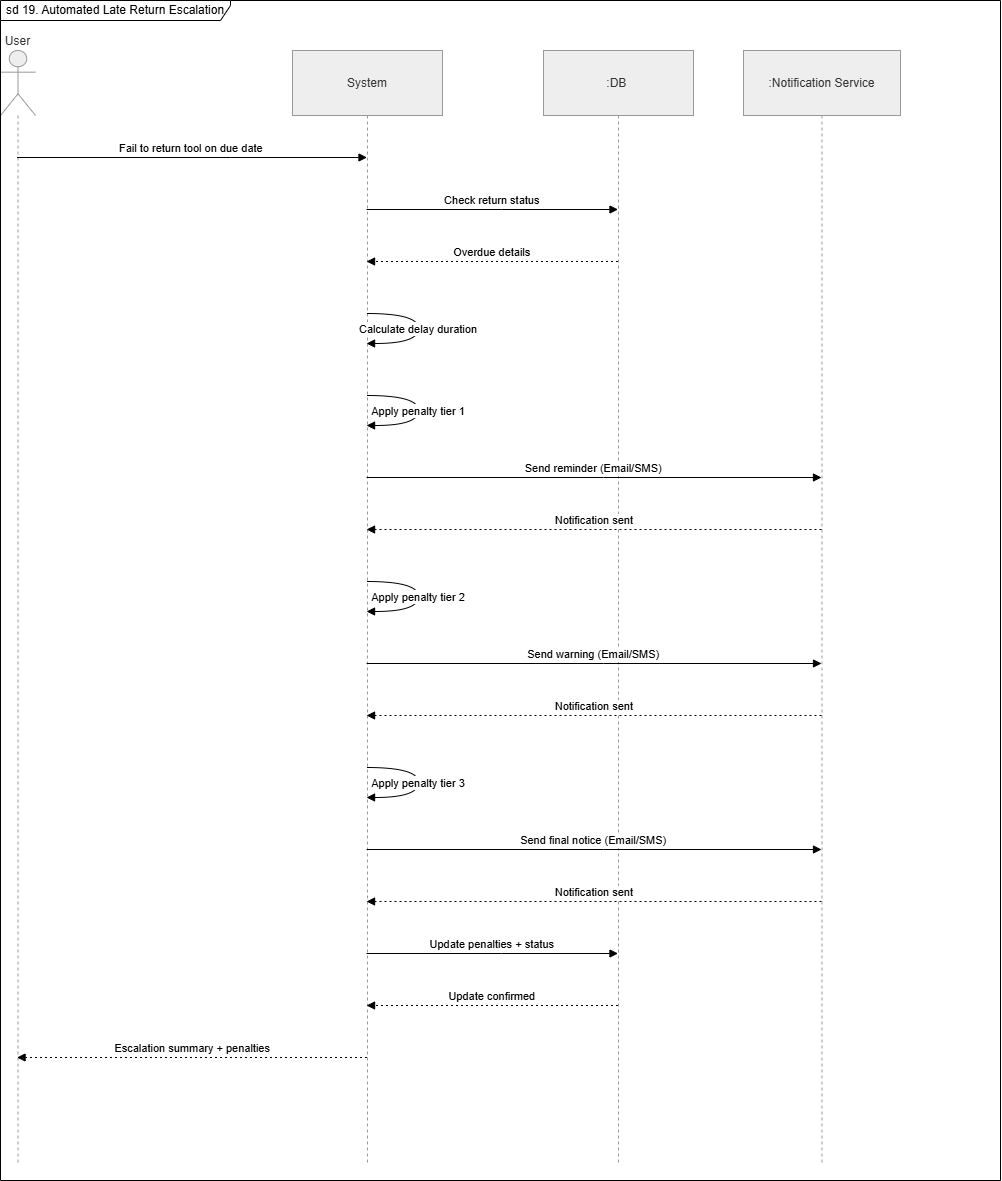
Above: SE Project/Sequence Diagrams/seq(19).drawio.png in M7moudAbdallah01/P2P-Specialized-Tool-Library-SE1- (draw.io), before the change. Source tidied: cells renumbered, new cells last; positions are measured from the earlier drawing's top-left corner, leaving out a move shared by most shapes.
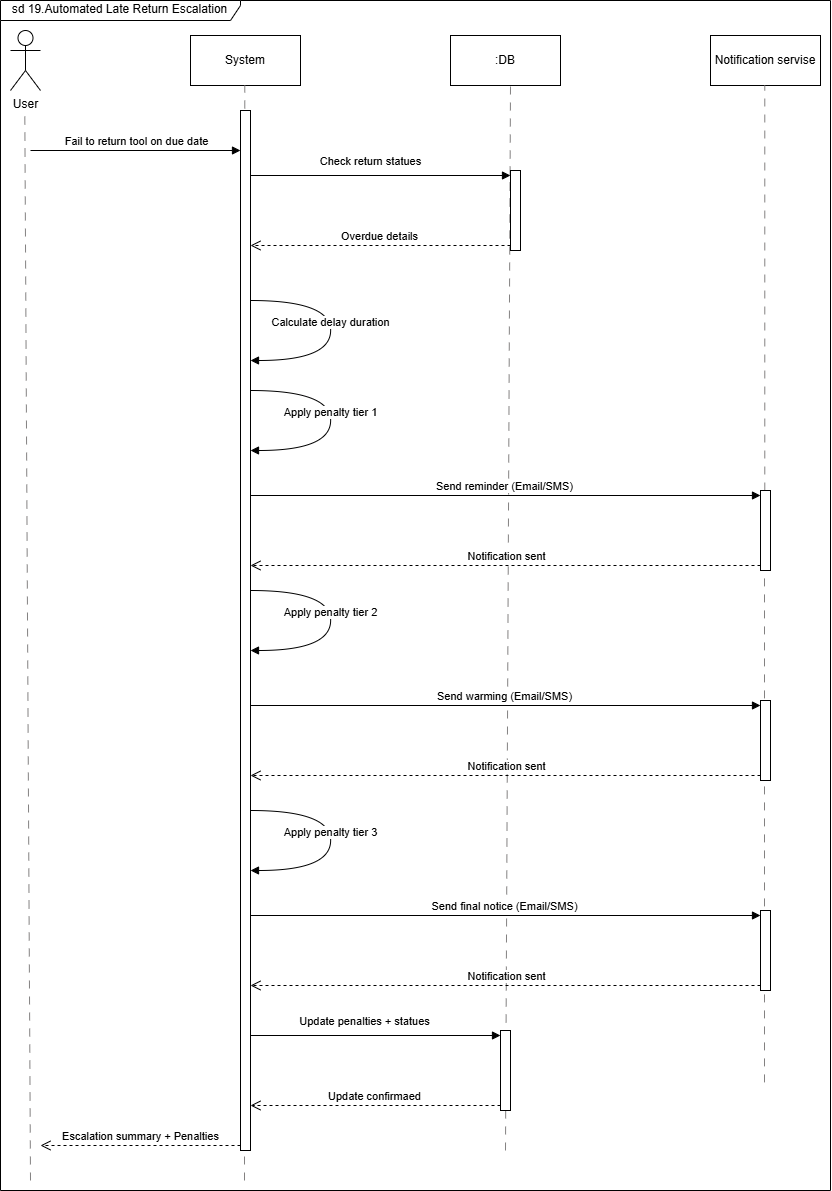
The same file after the commit.

What changed in the source:
```diff
@@ -2,136 +2,166 @@
   <root>
     <mxCell id="0" />
     <mxCell id="1" parent="0" />
-    <mxCell id="2" value="User" style="shape=umlLifeline;perimeter=lifelinePerimeter;whiteSpace=wrap;outlineConnect=0;portConstraint=eastwest;newEdgeStyle={&quot;edgeStyle&quot;:&quot;elbowEdgeStyle&quot;,&quot;elbow&quot;:&quot;vertical&quot;,&quot;curved&quot;:0,&quot;rounded&quot;:0};participant=umlActor;verticalAlign=bottom;labelPosition=center;verticalLabelPosition=top;align=center;size=65;fillColor=light-dark(#eeeeee,#1f2020);strokeColor=light-dark(#999999,#cccccc);fontColor=light-dark(#333333,#cccccc);" parent="1" vertex="1">
-      <mxGeometry y="50" width="35" height="1112" as="geometry" />
+    <mxCell id="2" value="User" style="shape=umlActor;verticalLabelPosition=bottom;verticalAlign=top;html=1;outlineConnect=0;" parent="1" vertex="1">
+      <mxGeometry x="20" y="80" width="30" height="60" as="geometry" />
     </mxCell>
-    <mxCell id="3" value="System" style="shape=umlLifeline;perimeter=lifelinePerimeter;whiteSpace=wrap;outlineConnect=0;portConstraint=eastwest;newEdgeStyle={&quot;edgeStyle&quot;:&quot;elbowEdgeStyle&quot;,&quot;elbow&quot;:&quot;vertical&quot;,&quot;curved&quot;:0,&quot;rounded&quot;:0};size=65;fillColor=light-dark(#eeeeee,#1f2020);strokeColor=light-dark(#999999,#cccccc);fontColor=light-dark(#333333,#cccccc);" parent="1" vertex="1">
-      <mxGeometry x="292" y="50" width="150" height="1112" as="geometry" />
+    <mxCell id="3" value="System" style="html=1;whiteSpace=wrap;" parent="1" vertex="1">
+      <mxGeometry x="200" y="85" width="110" height="50" as="geometry" />
     </mxCell>
-    <mxCell id="4" value=":DB " style="shape=umlLifeline;perimeter=lifelinePerimeter;whiteSpace=wrap;outlineConnect=0;portConstraint=eastwest;newEdgeStyle={&quot;edgeStyle&quot;:&quot;elbowEdgeStyle&quot;,&quot;elbow&quot;:&quot;vertical&quot;,&quot;curved&quot;:0,&quot;rounded&quot;:0};size=65;fillColor=light-dark(#eeeeee,#1f2020);strokeColor=light-dark(#999999,#cccccc);fontColor=light-dark(#333333,#cccccc);" parent="1" vertex="1">
-      <mxGeometry x="543" y="50" width="150" height="1112" as="geometry" />
+    <mxCell id="4" value=":DB" style="html=1;whiteSpace=wrap;" parent="1" vertex="1">
+      <mxGeometry x="460" y="85" width="110" height="50" as="geometry" />
     </mxCell>
-    <mxCell id="5" value=":Notification Service" style="shape=umlLifeline;perimeter=lifelinePerimeter;whiteSpace=wrap;outlineConnect=0;portConstraint=eastwest;newEdgeStyle={&quot;edgeStyle&quot;:&quot;elbowEdgeStyle&quot;,&quot;elbow&quot;:&quot;vertical&quot;,&quot;curved&quot;:0,&quot;rounded&quot;:0};size=65;fillColor=light-dark(#eeeeee,#1f2020);strokeColor=light-dark(#999999,#cccccc);fontColor=light-dark(#333333,#cccccc);" parent="1" vertex="1">
-      <mxGeometry x="743" y="50" width="157" height="1112" as="geometry" />
-    </mxCell>
+    <mxCell id="23" value="Notification servise" style="html=1;whiteSpace=wrap;" parent="1" vertex="1">
+      <mxGeometry x="720" y="85" width="110" height="50" as="geometry" />
+    </mxCell>
+    <mxCell id="24" style="endArrow=none;html=1;rounded=0;dashed=1;dashPattern=8 8;strokeColor=light-dark(#838181, #ededed);" parent="1" edge="1">
+      <mxGeometry relative="1" as="geometry">
+        <mxPoint x="40" y="1230" as="sourcePoint" />
+        <mxPoint x="34.3" y="160" as="targetPoint" />
+      </mxGeometry>
+    </mxCell>
+    <mxCell id="25" style="endArrow=none;html=1;rounded=0;dashed=1;dashPattern=8 8;strokeColor=light-dark(#838181, #ededed);" parent="1" edge="1">
+      <mxGeometry relative="1" as="geometry">
+        <mxPoint x="254" y="1230" as="sourcePoint" />
+        <mxPoint x="254.3" y="135" as="targetPoint" />
+      </mxGeometry>
+    </mxCell>
+    <mxCell id="26" style="endArrow=none;html=1;rounded=0;dashed=1;dashPattern=8 8;strokeColor=light-dark(#838181, #ededed);" parent="1" edge="1">
+      <mxGeometry relative="1" as="geometry">
+        <mxPoint x="515" y="1200" as="sourcePoint" />
+        <mxPoint x="520" y="135" as="targetPoint" />
+      </mxGeometry>
+    </mxCell>
+    <mxCell id="27" style="endArrow=none;html=1;rounded=0;dashed=1;dashPattern=8 8;strokeColor=light-dark(#838181, #ededed);" parent="1" edge="1" source="34">
+      <mxGeometry relative="1" as="geometry">
+        <mxPoint x="774.3" y="135" as="targetPoint" />
+      </mxGeometry>
+    </mxCell>
+    <mxCell id="28" style="html=1;points=[[0,0,0,0,5],[0,1,0,0,-5],[1,0,0,0,5],[1,1,0,0,-5]];perimeter=orthogonalPerimeter;outlineConnect=0;targetShapes=umlLifeline;portConstraint=eastwest;newEdgeStyle={&quot;curved&quot;:0,&quot;rounded&quot;:0};" parent="1" vertex="1">
+      <mxGeometry x="250" y="160" width="10" height="1040" as="geometry" />
+    </mxCell>
-    <mxCell id="6" value="Fail to return tool on due date" style="verticalAlign=bottom;edgeStyle=elbowEdgeStyle;elbow=vertical;curved=0;rounded=0;endArrow=block;" parent="1" edge="1" source="2" target="3">
+    <mxCell id="6" value="Fail to return tool on due date" style="html=1;verticalAlign=bottom;endArrow=block;curved=0;rounded=0;entryX=0;entryY=0;entryDx=0;entryDy=5;" parent="1" edge="1">
       <mxGeometry relative="1" as="geometry">
-        <Array as="points">
-          <mxPoint x="230" y="157" />
-        </Array>
+        <mxPoint x="40" y="200" as="sourcePoint" />
+        <mxPoint x="250" y="200" as="targetPoint" />
       </mxGeometry>
     </mxCell>
-    <mxCell id="7" value="Check return status" style="verticalAlign=bottom;edgeStyle=elbowEdgeStyle;elbow=vertical;curved=0;rounded=0;endArrow=block;" parent="1" edge="1" source="3" target="4">
-      <mxGeometry relative="1" as="geometry">
-        <Array as="points">
-          <mxPoint x="501" y="209" />
-        </Array>
-      </mxGeometry>
-    </mxCell>
+    <mxCell id="29" value="Escalation summary + Penalties" style="html=1;verticalAlign=bottom;endArrow=open;dashed=1;endSize=8;curved=0;rounded=0;exitX=0;exitY=1;exitDx=0;exitDy=-5;" parent="1" edge="1" source="28">
+      <mxGeometry relative="1" as="geometry">
+        <mxPoint x="50" y="1195" as="targetPoint" />
+      </mxGeometry>
+    </mxCell>
+    <mxCell id="30" style="html=1;points=[[0,0,0,0,5],[0,1,0,0,-5],[1,0,0,0,5],[1,1,0,0,-5]];perimeter=orthogonalPerimeter;outlineConnect=0;targetShapes=umlLifeline;portConstraint=eastwest;newEdgeStyle={&quot;curved&quot;:0,&quot;rounded&quot;:0};" parent="1" vertex="1">
+      <mxGeometry x="520" y="220" width="10" height="80" as="geometry" />
+    </mxCell>
+    <mxCell id="31" value="Check return statues" style="html=1;verticalAlign=bottom;endArrow=block;curved=0;rounded=0;entryX=0;entryY=0;entryDx=0;entryDy=5;" parent="1" edge="1" target="30">
+      <mxGeometry x="-0.08" y="5" relative="1" as="geometry">
+        <mxPoint x="260" y="225" as="sourcePoint" />
+      </mxGeometry>
+    </mxCell>
-    <mxCell id="8" value="Overdue details" style="verticalAlign=bottom;edgeStyle=elbowEdgeStyle;elbow=vertical;curved=0;rounded=0;dashed=1;dashPattern=2 3;endArrow=block;" parent="1" edge="1" source="4" target="3">
-      <mxGeometry relative="1" as="geometry">
-        <Array as="points">
-          <mxPoint x="504" y="261" />
-        </Array>
-      </mxGeometry>
+    <mxCell id="8" value="Overdue details" style="html=1;verticalAlign=bottom;endArrow=open;dashed=1;endSize=8;curved=0;rounded=0;exitX=0;exitY=1;exitDx=0;exitDy=-5;" parent="1" edge="1" source="30" target="28">
+      <mxGeometry relative="1" as="geometry" />
     </mxCell>
-    <mxCell id="9" value="Calculate delay duration" style="curved=1;endArrow=block;" parent="1" edge="1" source="3" target="3">
+    <mxCell id="9" value="Calculate delay duration" style="html=1;verticalAlign=bottom;endArrow=block;rounded=0;edgeStyle=orthogonalEdgeStyle;curved=1;" parent="1" edge="1">
       <mxGeometry relative="1" as="geometry">
+        <mxPoint x="260" y="350" as="sourcePoint" />
+        <mxPoint x="260" y="410" as="targetPoint" />
         <Array as="points">
-          <mxPoint x="418" y="313" />
-          <mxPoint x="418" y="343" />
+          <mxPoint x="340" y="350" />
+          <mxPoint x="340" y="410" />
         </Array>
       </mxGeometry>
     </mxCell>
-    <mxCell id="10" value="Apply penalty tier 1" style="curved=1;endArrow=block;" parent="1" edge="1" source="3" target="3">
+    <mxCell id="10" value="Apply penalty tier 1" style="html=1;verticalAlign=bottom;endArrow=block;rounded=0;edgeStyle=orthogonalEdgeStyle;curved=1;" parent="1" edge="1">
       <mxGeometry relative="1" as="geometry">
+        <mxPoint x="260" y="440" as="sourcePoint" />
+        <mxPoint x="260" y="500" as="targetPoint" />
         <Array as="points">
-          <mxPoint x="418" y="395" />
-          <mxPoint x="418" y="425" />
+          <mxPoint x="340" y="440" />
+          <mxPoint x="340" y="500" />
         </Array>
       </mxGeometry>
     </mxCell>
-    <mxCell id="11" value="Send reminder (Email/SMS)" style="verticalAlign=bottom;edgeStyle=elbowEdgeStyle;elbow=vertical;curved=0;rounded=0;endArrow=block;" parent="1" edge="1" source="3" target="5">
+    <mxCell id="11" value="Send reminder (Email/SMS)" style="html=1;verticalAlign=bottom;endArrow=block;curved=0;rounded=0;entryX=0;entryY=0;entryDx=0;entryDy=5;" parent="1" edge="1" target="34">
       <mxGeometry relative="1" as="geometry">
-        <Array as="points">
-          <mxPoint x="603" y="477" />
-        </Array>
+        <mxPoint x="260" y="545" as="sourcePoint" />
       </mxGeometry>
     </mxCell>
-    <mxCell id="12" value="Notification sent" style="verticalAlign=bottom;edgeStyle=elbowEdgeStyle;elbow=vertical;curved=0;rounded=0;dashed=1;dashPattern=2 3;endArrow=block;" parent="1" edge="1" source="5" target="3">
-      <mxGeometry relative="1" as="geometry">
-        <Array as="points">
-          <mxPoint x="606" y="529" />
-        </Array>
-      </mxGeometry>
-    </mxCell>
+    <mxCell id="32" value="Notification sent" style="html=1;verticalAlign=bottom;endArrow=open;dashed=1;endSize=8;curved=0;rounded=0;exitX=0;exitY=1;exitDx=0;exitDy=-5;" parent="1" edge="1" source="34">
+      <mxGeometry relative="1" as="geometry">
+        <mxPoint x="260" y="615" as="targetPoint" />
+      </mxGeometry>
+    </mxCell>
+    <mxCell id="33" style="endArrow=none;html=1;rounded=0;dashed=1;dashPattern=8 8;strokeColor=light-dark(#838181, #ededed);" parent="1" edge="1" target="34">
+      <mxGeometry relative="1" as="geometry">
+        <mxPoint x="774" y="1131.9" as="sourcePoint" />
+      </mxGeometry>
+    </mxCell>
+    <mxCell id="34" style="html=1;points=[[0,0,0,0,5],[0,1,0,0,-5],[1,0,0,0,5],[1,1,0,0,-5]];perimeter=orthogonalPerimeter;outlineConnect=0;targetShapes=umlLifeline;portConstraint=eastwest;newEdgeStyle={&quot;curved&quot;:0,&quot;rounded&quot;:0};" parent="1" vertex="1">
+      <mxGeometry x="770" y="540" width="10" height="80" as="geometry" />
+    </mxCell>
-    <mxCell id="13" value="Apply penalty tier 2" style="curved=1;endArrow=block;" parent="1" edge="1" source="3" target="3">
+    <mxCell id="13" value="Apply penalty tier 2" style="html=1;verticalAlign=bottom;endArrow=block;rounded=0;edgeStyle=orthogonalEdgeStyle;curved=1;" parent="1" edge="1">
       <mxGeometry relative="1" as="geometry">
+        <mxPoint x="260" y="640" as="sourcePoint" />
+        <mxPoint x="260" y="700" as="targetPoint" />
         <Array as="points">
-          <mxPoint x="418" y="581" />
-          <mxPoint x="418" y="611" />
+          <mxPoint x="340" y="640" />
+          <mxPoint x="340" y="700" />
         </Array>
       </mxGeometry>
     </mxCell>
-    <mxCell id="14" value="Send warning (Email/SMS)" style="verticalAlign=bottom;edgeStyle=elbowEdgeStyle;elbow=vertical;curved=0;rounded=0;endArrow=block;" parent="1" edge="1" source="3" target="5">
-      <mxGeometry relative="1" as="geometry">
-        <Array as="points">
-          <mxPoint x="603" y="663" />
-        </Array>
-      </mxGeometry>
-    </mxCell>
-    <mxCell id="15" value="Notification sent" style="verticalAlign=bottom;edgeStyle=elbowEdgeStyle;elbow=vertical;curved=0;rounded=0;dashed=1;dashPattern=2 3;endArrow=block;" parent="1" edge="1" source="5" target="3">
-      <mxGeometry relative="1" as="geometry">
-        <Array as="points">
-          <mxPoint x="606" y="715" />
-        </Array>
-      </mxGeometry>
-    </mxCell>
+    <mxCell id="35" value="Send warming (Email/SMS)" style="html=1;verticalAlign=bottom;endArrow=block;curved=0;rounded=0;entryX=0;entryY=0;entryDx=0;entryDy=5;" parent="1" edge="1" target="37">
+      <mxGeometry relative="1" as="geometry">
+        <mxPoint x="260" y="755" as="sourcePoint" />
+      </mxGeometry>
+    </mxCell>
+    <mxCell id="36" value="Notification sent" style="html=1;verticalAlign=bottom;endArrow=open;dashed=1;endSize=8;curved=0;rounded=0;exitX=0;exitY=1;exitDx=0;exitDy=-5;" parent="1" edge="1" source="37">
+      <mxGeometry relative="1" as="geometry">
+        <mxPoint x="260" y="825" as="targetPoint" />
+      </mxGeometry>
+    </mxCell>
+    <mxCell id="37" style="html=1;points=[[0,0,0,0,5],[0,1,0,0,-5],[1,0,0,0,5],[1,1,0,0,-5]];perimeter=orthogonalPerimeter;outlineConnect=0;targetShapes=umlLifeline;portConstraint=eastwest;newEdgeStyle={&quot;curved&quot;:0,&quot;rounded&quot;:0};" parent="1" vertex="1">
+      <mxGeometry x="770" y="750" width="10" height="80" as="geometry" />
+    </mxCell>
-    <mxCell id="16" value="Apply penalty tier 3" style="curved=1;endArrow=block;" parent="1" edge="1" source="3" target="3">
+    <mxCell id="16" value="Apply penalty tier 3" style="html=1;verticalAlign=bottom;endArrow=block;rounded=0;edgeStyle=orthogonalEdgeStyle;curved=1;" parent="1" edge="1">
       <mxGeometry relative="1" as="geometry">
+        <mxPoint x="260" y="860" as="sourcePoint" />
+        <mxPoint x="260" y="920" as="targetPoint" />
         <Array as="points">
-          <mxPoint x="418" y="767" />
-          <mxPoint x="418" y="797" />
+          <mxPoint x="340" y="860" />
+          <mxPoint x="340" y="920" />
         </Array>
       </mxGeometry>
     </mxCell>
-    <mxCell id="17" value="Send final notice (Email/SMS)" style="verticalAlign=bottom;edgeStyle=elbowEdgeStyle;elbow=vertical;curved=0;rounded=0;endArrow=block;" parent="1" edge="1" source="3" target="5">
+    <mxCell id="17" value="Send final notice (Email/SMS)" style="html=1;verticalAlign=bottom;endArrow=block;curved=0;rounded=0;entryX=0;entryY=0;entryDx=0;entryDy=5;" parent="1" edge="1" target="39">
       <mxGeometry relative="1" as="geometry">
-        <Array as="points">
-          <mxPoint x="603" y="849" />
-        </Array>
+        <mxPoint x="260" y="965" as="sourcePoint" />
       </mxGeometry>
     </mxCell>
-    <mxCell id="18" value="Notification sent" style="verticalAlign=bottom;edgeStyle=elbowEdgeStyle;elbow=vertical;curved=0;rounded=0;dashed=1;dashPattern=2 3;endArrow=block;" parent="1" edge="1" source="5" target="3">
-      <mxGeometry relative="1" as="geometry">
-        <Array as="points">
-          <mxPoint x="606" y="901" />
-        </Array>
-      </mxGeometry>
-    </mxCell>
-    <mxCell id="19" value="Update penalties + status" style="verticalAlign=bottom;edgeStyle=elbowEdgeStyle;elbow=vertical;curved=0;rounded=0;endArrow=block;" parent="1" edge="1" source="3" target="4">
-      <mxGeometry relative="1" as="geometry">
-        <Array as="points">
-          <mxPoint x="501" y="953" />
-        </Array>
-      </mxGeometry>
-    </mxCell>
-    <mxCell id="20" value="Update confirmed" style="verticalAlign=bottom;edgeStyle=elbowEdgeStyle;elbow=vertical;curved=0;rounded=0;dashed=1;dashPattern=2 3;endArrow=block;" parent="1" edge="1" source="4" target="3">
-      <mxGeometry relative="1" as="geometry">
-        <Array as="points">
-          <mxPoint x="504" y="1005" />
-        </Array>
-      </mxGeometry>
-    </mxCell>
-    <mxCell id="21" value="Escalation summary + penalties" style="verticalAlign=bottom;edgeStyle=elbowEdgeStyle;elbow=vertical;curved=0;rounded=0;dashed=1;dashPattern=2 3;endArrow=block;" parent="1" edge="1" source="3" target="2">
-      <mxGeometry relative="1" as="geometry">
-        <Array as="points">
-          <mxPoint x="233" y="1057" />
-        </Array>
-      </mxGeometry>
-    </mxCell>
-    <mxCell id="22" value="sd 19. Automated Late Return Escalation" style="shape=umlFrame;whiteSpace=wrap;html=1;width=230;height=20;" parent="1" vertex="1">
-      <mxGeometry width="1000" height="1180" as="geometry" />
-    </mxCell>
+    <mxCell id="38" value="Notification sent" style="html=1;verticalAlign=bottom;endArrow=open;dashed=1;endSize=8;curved=0;rounded=0;exitX=0;exitY=1;exitDx=0;exitDy=-5;" parent="1" edge="1" source="39">
+      <mxGeometry relative="1" as="geometry">
+        <mxPoint x="260" y="1035" as="targetPoint" />
+      </mxGeometry>
+    </mxCell>
+    <mxCell id="39" style="html=1;points=[[0,0,0,0,5],[0,1,0,0,-5],[1,0,0,0,5],[1,1,0,0,-5]];perimeter=orthogonalPerimeter;outlineConnect=0;targetShapes=umlLifeline;portConstraint=eastwest;newEdgeStyle={&quot;curved&quot;:0,&quot;rounded&quot;:0};" parent="1" vertex="1">
+      <mxGeometry x="770" y="960" width="10" height="80" as="geometry" />
+    </mxCell>
+    <mxCell id="40" value="Update penalties + statues" style="html=1;verticalAlign=bottom;endArrow=block;curved=0;rounded=0;entryX=0;entryY=0;entryDx=0;entryDy=5;" parent="1" edge="1" source="28" target="43">
+      <mxGeometry x="-0.08" y="5" relative="1" as="geometry" />
+    </mxCell>
+    <mxCell id="41" value="Update confirmaed" style="html=1;verticalAlign=bottom;endArrow=open;dashed=1;endSize=8;curved=0;rounded=0;exitX=0;exitY=1;exitDx=0;exitDy=-5;" parent="1" edge="1" source="43" target="28">
+      <mxGeometry relative="1" as="geometry" />
+    </mxCell>
+    <mxCell id="42" style="endArrow=none;html=1;rounded=0;dashed=1;dashPattern=8 8;strokeColor=light-dark(#838181, #ededed);" parent="1" edge="1" target="43">
+      <mxGeometry relative="1" as="geometry">
+        <mxPoint x="520" y="1160" as="sourcePoint" />
+      </mxGeometry>
+    </mxCell>
+    <mxCell id="43" style="html=1;points=[[0,0,0,0,5],[0,1,0,0,-5],[1,0,0,0,5],[1,1,0,0,-5]];perimeter=orthogonalPerimeter;outlineConnect=0;targetShapes=umlLifeline;portConstraint=eastwest;newEdgeStyle={&quot;curved&quot;:0,&quot;rounded&quot;:0};" parent="1" vertex="1">
+      <mxGeometry x="510" y="1080" width="10" height="80" as="geometry" />
+    </mxCell>
+    <mxCell id="44" value="sd 19.Automated Late Return Escalation" style="shape=umlFrame;whiteSpace=wrap;html=1;width=240;height=20;" parent="1" vertex="1">
+      <mxGeometry x="10" y="50" width="830" height="1190" as="geometry" />
+    </mxCell>
   </root>
 </mxGraphModel>
```
